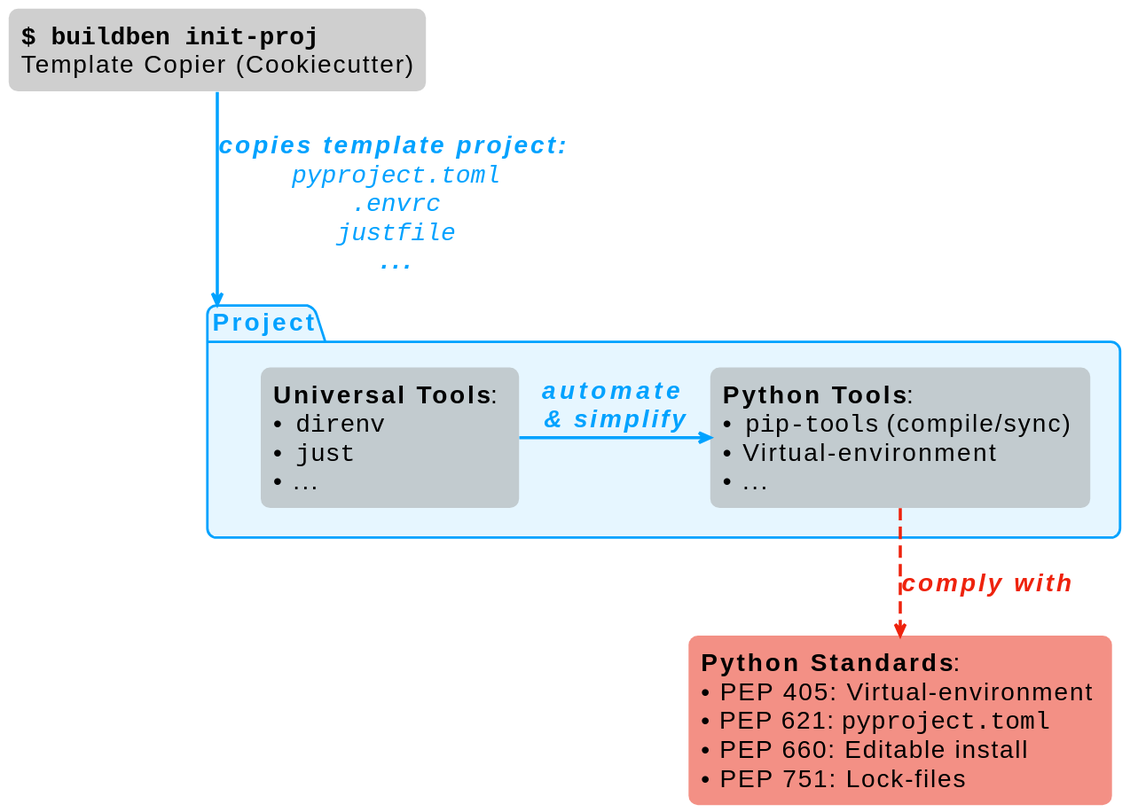
Before: assets/figures/graphical-abstract_init-proj/graphical-abstract_init-proj.svg, a diagram exported from PlantUML (HisQu/buildben). Its diagram source:
```plantuml
@startuml


skinparam defaultFontSize 20
skinparam BackgroundColor transparent

skinparam package {
    RoundCorner 15
    BorderThickness 2
    BackgroundColor #00A2FF19
    BorderColor #00A2FF
    FontColor   #00A2FF
}


skinparam rectangle {
  Shadowing false
  BorderColor none
  BackgroundColor #99999977
  RoundCorner 15
}
skinparam defaultFontSize 20


<style>
arrow {
    LineColor #00A2FF
    LineThickness 2.5
    FontColor #00A2FF
    FontStyle italic
}
</style>

rectangle """**$ buildben init-proj**""\nTemplate Copier (Cookiecutter)" as BB


package "Project" as P{

  rectangle "**Python Tools**: \n• ""pip-tools"" (compile/sync) \n• Virtual-environment\n• ..." as PyTools
  rectangle "**Universal Tools**: \n• ""direnv""\n• ""just""\n• ..." as Tools
}

rectangle "**Python Standards**: \n• PEP 405: Virtual-environment \n• PEP 621: ""pyproject.toml""\n• PEP 660: Editable install\n•  PEP 751: Lock-files" as Standards  #f27f72dc

BB -down-> P : **copies template project:**\n ""pyproject.toml""\n "".envrc""\n ""justfile""\n **...**

Tools -right-> PyTools : **automate** \n**& simplify**

<style>
arrow {
    LineStyle 10-5
    LineColor #EE220C
    FontColor #EE220C

}
</style>
PyTools -down-> Standards : **comply with**
@enduml
```
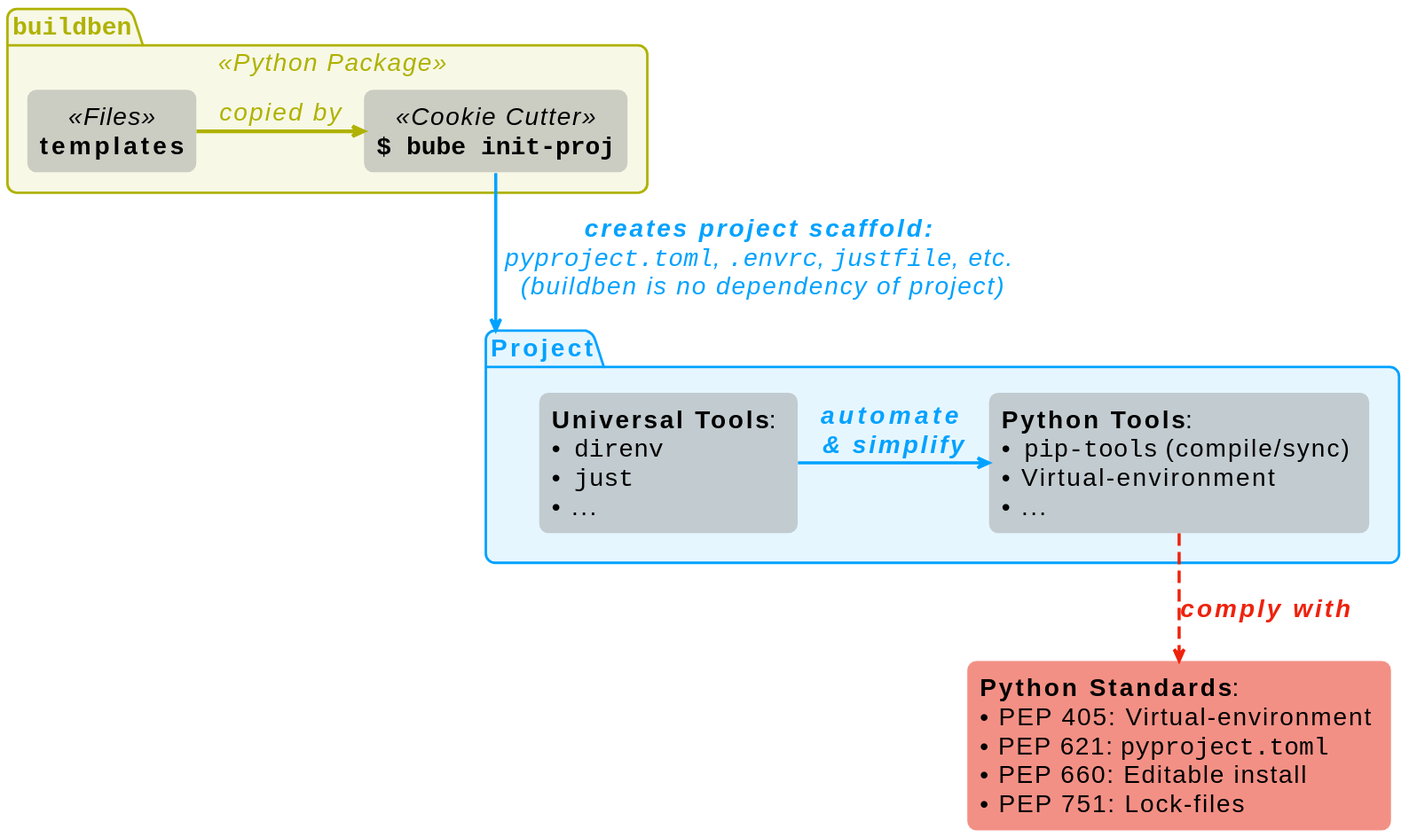
The same diagram one commit later.

The edit, as a diff of the source:
```diff
@@ -3,6 +3,7 @@
 
 skinparam defaultFontSize 20
 skinparam BackgroundColor transparent
+allow_mixing
 
 skinparam package {
     RoundCorner 15
@@ -10,6 +11,11 @@
     BackgroundColor #00A2FF19
     BorderColor #00A2FF
     FontColor   #00A2FF
+}
+skinparam package<<Global Environment>><<Python Package>> {
+    BackgroundColor #afb20019
+    BorderColor #afb200ff
+    FontColor   #afb200ff
 }
 
 
@@ -19,7 +25,48 @@
   BackgroundColor #99999977
   RoundCorner 15
 }
-skinparam defaultFontSize 20
+
+skinparam class {
+    BackgroundColor #99999977
+    BorderColor     #444444
+    BorderThickness 1
+    FontStyle bold
+    RoundCorner 15
+}
+
+
+<style>
+arrow {
+    LineThickness 3
+}
+</style>
+
+
+
+package """buildben""" as BB <<Python Package>> {
+  rectangle "**templates**" as TEMP <<Files>>
+
+  rectangle "**""$ bube init-proj""**" as BBinitcli <<Cookie Cutter>>
+
+}
+<style>
+arrow {
+    FontStyle italic
+    LineColor #afb200ff
+    FontColor   #afb200ff
+}
+</style>
+
+BBinitcli <-left- TEMP : copied by
+
+
+package "Project" as P{
+
+  rectangle "**Python Tools**: \n• ""pip-tools"" (compile/sync) \n• Virtual-environment\n• ..." as PyTools
+  rectangle "**Universal Tools**: \n• ""direnv""\n• ""just""\n• ..." as Tools
+}
+
+rectangle "**Python Standards**: \n• PEP 405: Virtual-environment \n• PEP 621: ""pyproject.toml""\n• PEP 660: Editable install\n•  PEP 751: Lock-files" as Standards  #f27f72dc
 
 
 <style>
@@ -31,18 +78,7 @@
 }
 </style>
 
-rectangle """**$ buildben init-proj**""\nTemplate Copier (Cookiecutter)" as BB
-
-
-package "Project" as P{
-
-  rectangle "**Python Tools**: \n• ""pip-tools"" (compile/sync) \n• Virtual-environment\n• ..." as PyTools
-  rectangle "**Universal Tools**: \n• ""direnv""\n• ""just""\n• ..." as Tools
-}
-
-rectangle "**Python Standards**: \n• PEP 405: Virtual-environment \n• PEP 621: ""pyproject.toml""\n• PEP 660: Editable install\n•  PEP 751: Lock-files" as Standards  #f27f72dc
-
-BB -down-> P : **copies template project:**\n ""pyproject.toml""\n "".envrc""\n ""justfile""\n **...**
+BBinitcli -down-> P : **creates project scaffold:**\n ""pyproject.toml"", "".envrc"", ""justfile"", etc. \n (buildben is no dependency of project)
 
 Tools -right-> PyTools : **automate** \n**& simplify**
 
```
